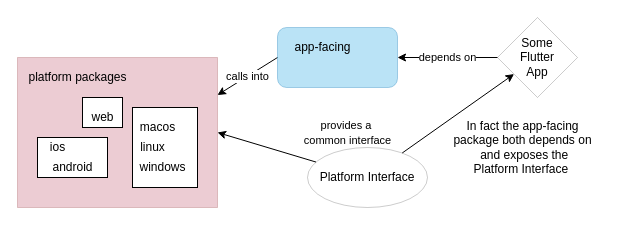
This is page "Federated Plugin" (1 of 4) of packages/flutter-plugins/flutter_box2d/flutter_box2d/docs/design/overall.dio from enspyrco/monorepo, a draw.io file, before an edit. Source tidied: cells renumbered, new cells numbered last; positions are measured from the earlier drawing's top-left corner, leaving out a move shared by most shapes. Both pictures are drawn from the tidied source at 100%, with x=0, y=0 at pixel (17, 17).
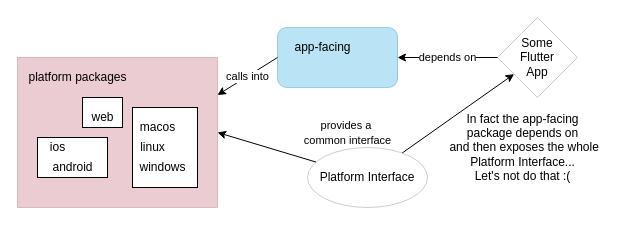
The same diagram, later.

The edit, as a diff of the source:
```diff
@@
-    <mxCell id="22" value="In fact the app-facing&lt;br&gt;package both depends on&lt;br&gt;&amp;nbsp;and exposes the &lt;br&gt;Platform Interface&amp;nbsp;" style="text;html=1;align=center;verticalAlign=middle;strokeColor=none;fillColor=none;" parent="1" vertex="1">
-      <mxGeometry x="430" y="100" width="150" height="60" as="geometry" />
+    <mxCell id="22" value="In fact the app-facing&lt;br&gt;package depends on&lt;br&gt;&amp;nbsp;and then exposes the whole&lt;br&gt;Platform Interface...&lt;br&gt;Let's not do that :(" style="text;html=1;align=center;verticalAlign=middle;strokeColor=none;fillColor=none;" parent="1" vertex="1">
+      <mxGeometry x="420" y="90" width="170" height="80" as="geometry" />
     </mxCell>
```
